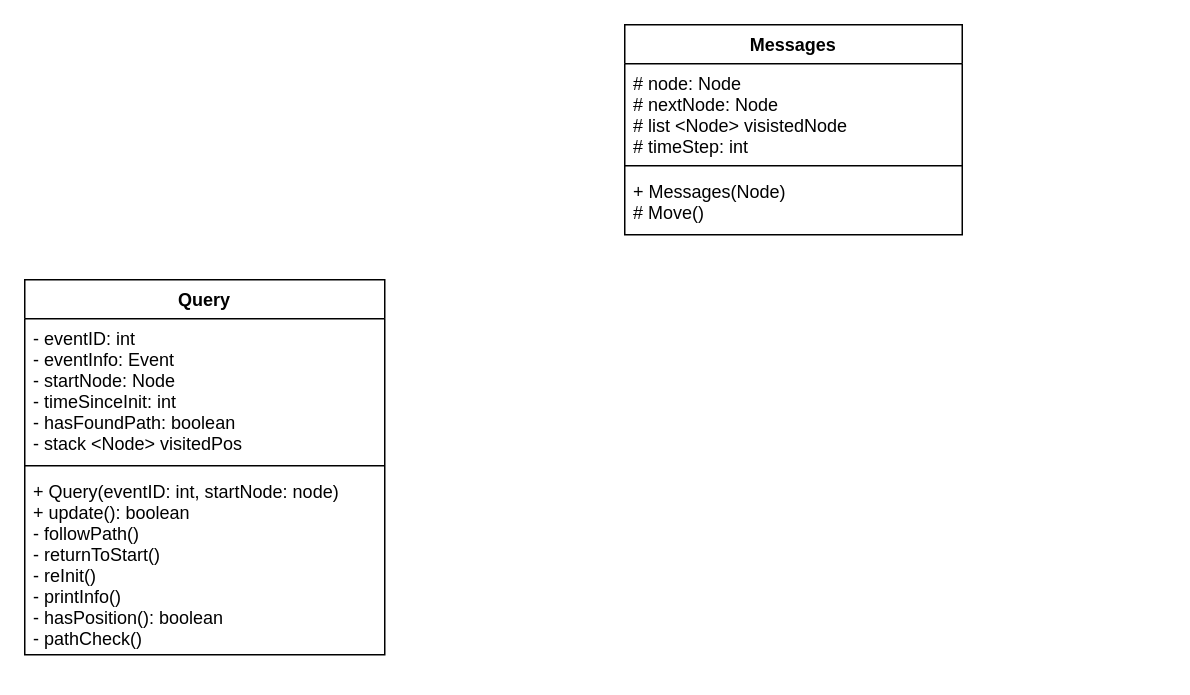
Above: try2.drawio in linusGillarC/matLab (draw.io), before the change. Source tidied: cells renumbered, new cells numbered last; positions are measured from the earlier drawing's top-left corner, leaving out a move shared by most shapes. Both pictures are drawn from the tidied source at 150%, with x=0, y=0 at pixel (24, 24).
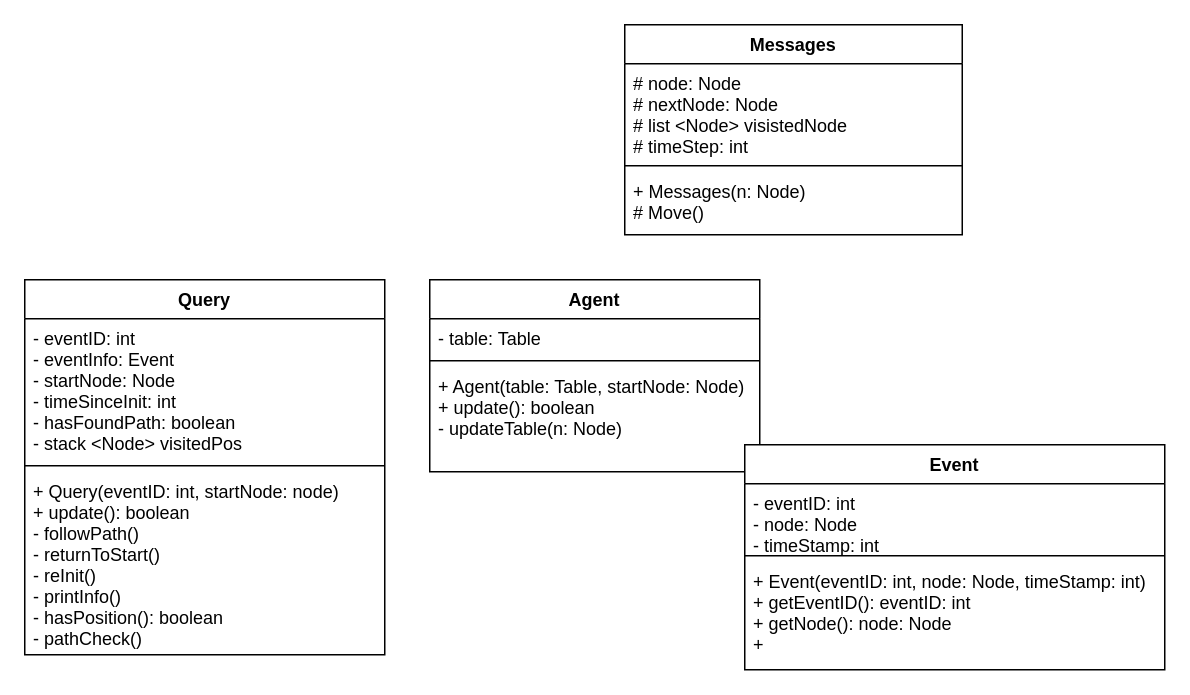
The same page after the edit.

Change to the diagram source:
```diff
@@
 <mxGraphModel>
   <root>
     <mxCell id="0" />
     <mxCell id="1" parent="0" />
     <mxCell id="2" value="Messages" style="swimlane;fontStyle=1;align=center;verticalAlign=top;horizontal=1;startSize=26;" parent="1" vertex="1">
       <mxGeometry x="400" width="225" height="140" as="geometry" />
     </mxCell>
     <mxCell id="3" value="# node: Node&#10;# nextNode: Node&#10;# list &lt;Node&gt; visistedNode&#10;# timeStep: int&#10;&#10;&#10;" style="text;strokeColor=none;fillColor=none;align=left;verticalAlign=top;spacingLeft=4;spacingRight=4;overflow=hidden;" parent="2" vertex="1">
       <mxGeometry y="26" width="225" height="64" as="geometry" />
     </mxCell>
     <mxCell id="4" style="line;strokeWidth=1;fillColor=none;align=left;verticalAlign=middle;spacingTop=-1;spacingLeft=3;spacingRight=3;labelPosition=right;" parent="2" vertex="1">
       <mxGeometry y="90" width="225" height="8" as="geometry" />
     </mxCell>
-    <mxCell id="5" value="+ Messages(Node)&#10;# Move()&#10;" style="text;strokeColor=none;fillColor=none;align=left;verticalAlign=top;spacingLeft=4;spacingRight=4;overflow=hidden;" parent="2" vertex="1">
+    <mxCell id="5" value="+ Messages(n: Node)&#10;# Move()&#10;" style="text;strokeColor=none;fillColor=none;align=left;verticalAlign=top;spacingLeft=4;spacingRight=4;overflow=hidden;" parent="2" vertex="1">
       <mxGeometry y="98" width="225" height="42" as="geometry" />
     </mxCell>
     <mxCell id="6" value="Query" style="swimlane;fontStyle=1;align=center;verticalAlign=top;horizontal=1;startSize=26;" parent="1" vertex="1">
       <mxGeometry y="170" width="240" height="250" as="geometry" />
     </mxCell>
     <mxCell id="7" value="- eventID: int&#10;- eventInfo: Event&#10;- startNode: Node&#10;- timeSinceInit: int&#10;- hasFoundPath: boolean&#10;- stack &lt;Node&gt; visitedPos&#10;&#10;" style="text;strokeColor=none;fillColor=none;align=left;verticalAlign=top;spacingLeft=4;spacingRight=4;overflow=hidden;" parent="6" vertex="1">
       <mxGeometry y="26" width="240" height="94" as="geometry" />
     </mxCell>
     <mxCell id="8" style="line;strokeWidth=1;fillColor=none;align=left;verticalAlign=middle;spacingTop=-1;spacingLeft=3;spacingRight=3;labelPosition=right;" parent="6" vertex="1">
       <mxGeometry y="120" width="240" height="8" as="geometry" />
     </mxCell>
     <mxCell id="9" value="+ Query(eventID: int, startNode: node)&#10;+ update(): boolean&#10;- followPath()&#10;- returnToStart()&#10;- reInit()&#10;- printInfo()&#10;- hasPosition(): boolean&#10;- pathCheck()&#10;&#10;&#10;" style="text;strokeColor=none;fillColor=none;align=left;verticalAlign=top;spacingLeft=4;spacingRight=4;overflow=hidden;" parent="6" vertex="1">
       <mxGeometry y="128" width="240" height="122" as="geometry" />
     </mxCell>
+    <mxCell id="10" value="Agent" style="swimlane;fontStyle=1;align=center;verticalAlign=top;horizontal=1;startSize=26;" parent="1" vertex="1">
+      <mxGeometry x="270" y="170" width="220" height="128" as="geometry" />
+    </mxCell>
+    <mxCell id="11" value="- table: Table" style="text;strokeColor=none;fillColor=none;align=left;verticalAlign=top;spacingLeft=4;spacingRight=4;overflow=hidden;" parent="10" vertex="1">
+      <mxGeometry y="26" width="220" height="24" as="geometry" />
+    </mxCell>
+    <mxCell id="12" style="line;strokeWidth=1;fillColor=none;align=left;verticalAlign=middle;spacingTop=-1;spacingLeft=3;spacingRight=3;labelPosition=right;" parent="10" vertex="1">
+      <mxGeometry y="50" width="220" height="8" as="geometry" />
+    </mxCell>
+    <mxCell id="13" value="+ Agent(table: Table, startNode: Node)&#10;+ update(): boolean&#10;- updateTable(n: Node)" style="text;strokeColor=none;fillColor=none;align=left;verticalAlign=top;spacingLeft=4;spacingRight=4;overflow=hidden;" parent="10" vertex="1">
+      <mxGeometry y="58" width="220" height="70" as="geometry" />
+    </mxCell>
+    <mxCell id="14" value="Event" style="swimlane;fontStyle=1;align=center;verticalAlign=top;horizontal=1;startSize=26;" parent="1" vertex="1">
+      <mxGeometry x="480" y="280" width="280" height="150" as="geometry" />
+    </mxCell>
+    <mxCell id="15" value="- eventID: int&#10;- node: Node&#10;- timeStamp: int" style="text;strokeColor=none;fillColor=none;align=left;verticalAlign=top;spacingLeft=4;spacingRight=4;overflow=hidden;" parent="14" vertex="1">
+      <mxGeometry y="26" width="280" height="44" as="geometry" />
+    </mxCell>
+    <mxCell id="16" style="line;strokeWidth=1;fillColor=none;align=left;verticalAlign=middle;spacingTop=-1;spacingLeft=3;spacingRight=3;labelPosition=right;" parent="14" vertex="1">
+      <mxGeometry y="70" width="280" height="8" as="geometry" />
+    </mxCell>
+    <mxCell id="17" value="+ Event(eventID: int, node: Node, timeStamp: int)&#10;+ getEventID(): eventID: int&#10;+ getNode(): node: Node&#10;+ &#10;" style="text;strokeColor=none;fillColor=none;align=left;verticalAlign=top;spacingLeft=4;spacingRight=4;overflow=hidden;" parent="14" vertex="1">
+      <mxGeometry y="78" width="280" height="72" as="geometry" />
+    </mxCell>
   </root>
 </mxGraphModel>
```
